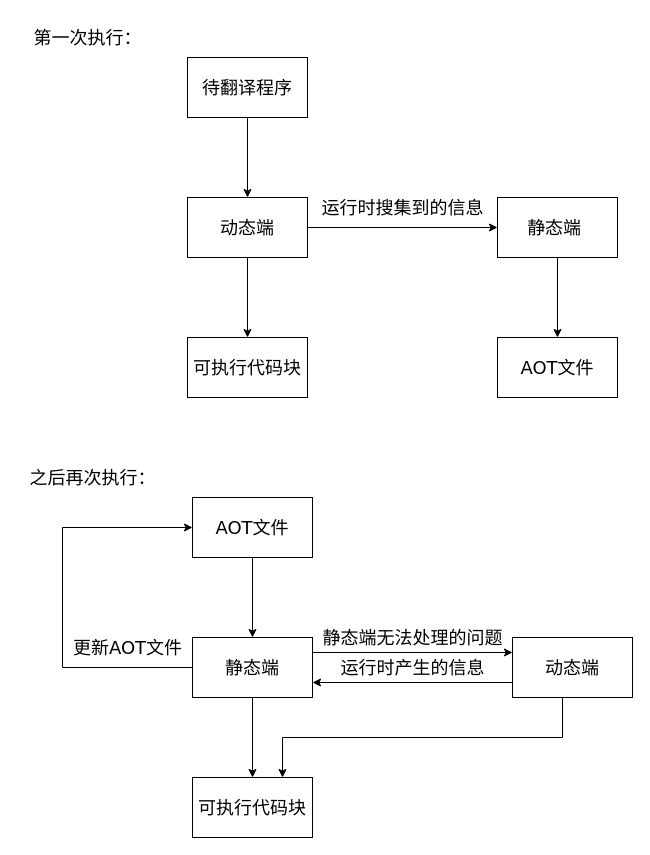
Earlier version of the draw.io diagram page "第 27 页" (29 of 52) of lajit.drawio (ganjue66da/ganjue66da). Source tidied: cells renumbered, new cells numbered last; positions are measured from the earlier drawing's top-left corner, leaving out a move shared by most shapes. Both pictures are drawn from the tidied source at 100%, with x=0, y=0 at pixel (17, 17).
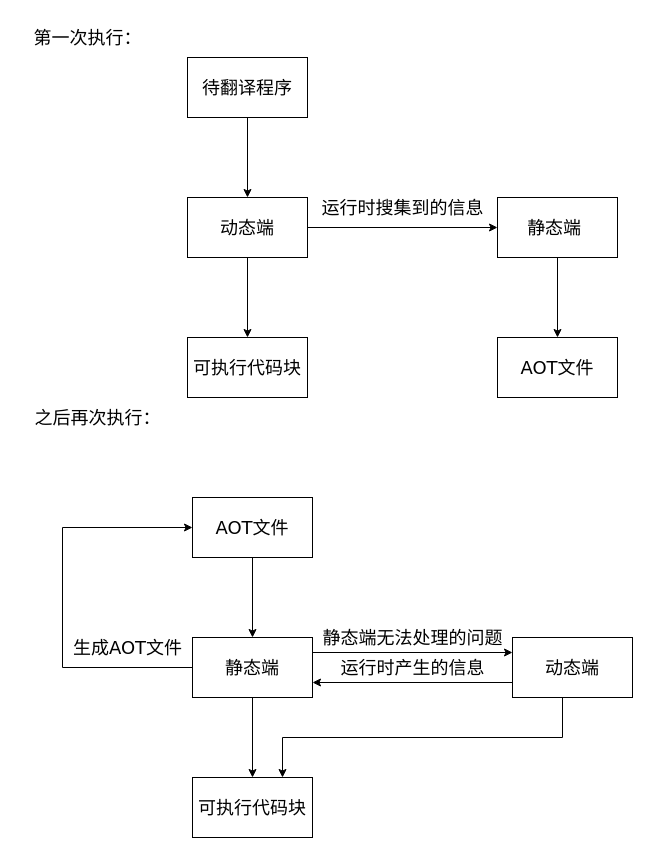
Above is the later version.

The edit, as a diff of the source:
```diff
@@
     <mxCell id="22" value="之后再次执行：" style="text;html=1;align=center;verticalAlign=middle;strokeColor=none;fillColor=none;fontSize=18;fontFamily=Verdana;" parent="1" vertex="1">
-      <mxGeometry y="440" width="150" height="40" as="geometry" />
+      <mxGeometry x="5" y="380" width="150" height="40" as="geometry" />
     </mxCell>
@@
-    <mxCell id="24" value="更新AOT文件" style="text;html=1;align=center;verticalAlign=middle;strokeColor=none;fillColor=none;fontSize=18;fontFamily=Verdana;" parent="1" vertex="1">
+    <mxCell id="24" value="生成AOT文件" style="text;html=1;align=center;verticalAlign=middle;strokeColor=none;fillColor=none;fontSize=18;fontFamily=Verdana;" parent="1" vertex="1">
       <mxGeometry x="45" y="610" width="130" height="40" as="geometry" />
     </mxCell>
```
